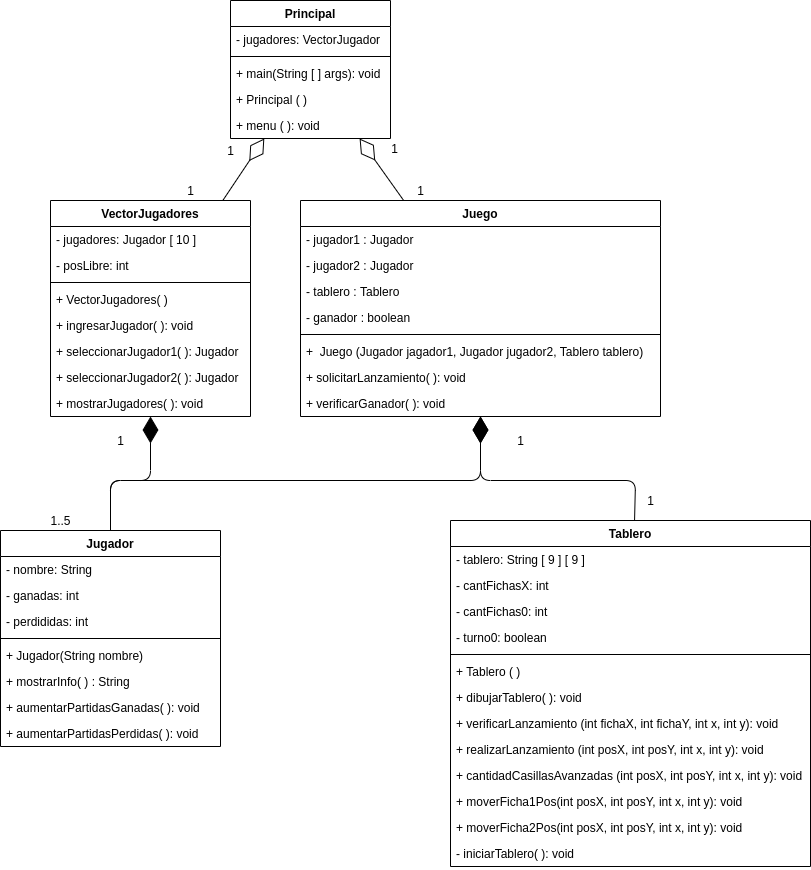
Before: Damas.png, a diagram exported from draw.io (Pabloluis10/Damas). Source tidied: cells renumbered, new cells last; positions are measured from the earlier drawing's top-left corner, leaving out a move shared by most shapes.
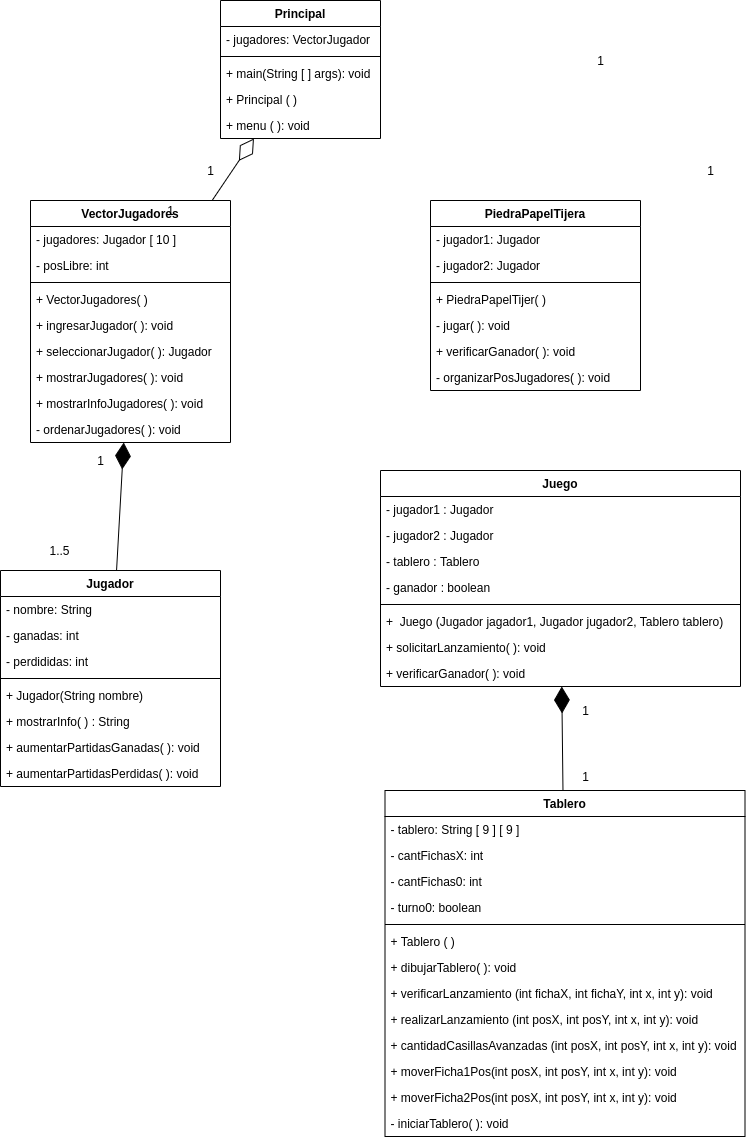
The same diagram one commit later.

Commit message:
Agregue la clase PiedraPapelTijera.java, modifique Damas.png (Diagrama de clases)

Change to the diagram source:
```diff
@@ -3,7 +3,7 @@
     <mxCell id="0" />
     <mxCell id="1" parent="0" />
     <mxCell id="2" value="Jugador" style="swimlane;fontStyle=1;align=center;verticalAlign=top;horizontal=1;startSize=26;" parent="1" vertex="1">
-      <mxGeometry y="530" width="220" height="216" as="geometry" />
+      <mxGeometry x="20" y="550" width="220" height="216" as="geometry" />
     </mxCell>
     <mxCell id="3" value="- nombre: String" style="text;strokeColor=none;fillColor=none;align=left;verticalAlign=top;spacingLeft=4;spacingRight=4;overflow=hidden;" parent="2" vertex="1">
       <mxGeometry y="26" width="220" height="26" as="geometry" />
@@ -30,7 +30,7 @@
       <mxGeometry y="190" width="220" height="26" as="geometry" />
     </mxCell>
     <mxCell id="11" value="Tablero" style="swimlane;fontStyle=1;align=center;verticalAlign=top;horizontal=1;startSize=26;" parent="1" vertex="1">
-      <mxGeometry x="450" y="520" width="360" height="346" as="geometry" />
+      <mxGeometry x="404.5" y="770" width="360" height="346" as="geometry" />
     </mxCell>
     <mxCell id="12" value="- tablero: String [ 9 ] [ 9 ]" style="text;strokeColor=none;fillColor=none;align=left;verticalAlign=top;spacingLeft=4;spacingRight=4;overflow=hidden;" parent="11" vertex="1">
       <mxGeometry y="26" width="360" height="26" as="geometry" />
@@ -72,7 +72,7 @@
       <mxGeometry y="320" width="360" height="26" as="geometry" />
     </mxCell>
     <mxCell id="25" value="Juego" style="swimlane;fontStyle=1;align=center;verticalAlign=top;horizontal=1;startSize=26;" parent="1" vertex="1">
-      <mxGeometry x="300" y="200" width="360" height="216" as="geometry" />
+      <mxGeometry x="400" y="450" width="360" height="216" as="geometry" />
     </mxCell>
     <mxCell id="26" value="- jugador1 : Jugador" style="text;strokeColor=none;fillColor=none;align=left;verticalAlign=top;spacingLeft=4;spacingRight=4;overflow=hidden;" parent="25" vertex="1">
       <mxGeometry y="26" width="360" height="26" as="geometry" />
@@ -99,7 +99,7 @@
       <mxGeometry y="190" width="360" height="26" as="geometry" />
     </mxCell>
     <mxCell id="34" value="VectorJugadores" style="swimlane;fontStyle=1;align=center;verticalAlign=top;horizontal=1;startSize=26;" parent="1" vertex="1">
-      <mxGeometry x="50" y="200" width="200" height="216" as="geometry" />
+      <mxGeometry x="50" y="180" width="200" height="242" as="geometry" />
     </mxCell>
     <mxCell id="35" value="- jugadores: Jugador [ 10 ] " style="text;strokeColor=none;fillColor=none;align=left;verticalAlign=top;spacingLeft=4;spacingRight=4;overflow=hidden;" parent="34" vertex="1">
       <mxGeometry y="26" width="200" height="26" as="geometry" />
@@ -116,53 +116,38 @@
     <mxCell id="39" value="+ ingresarJugador( ): void" style="text;strokeColor=none;fillColor=none;align=left;verticalAlign=top;spacingLeft=4;spacingRight=4;overflow=hidden;" parent="34" vertex="1">
       <mxGeometry y="112" width="200" height="26" as="geometry" />
     </mxCell>
-    <mxCell id="40" value="+ seleccionarJugador1( ): Jugador" style="text;strokeColor=none;fillColor=none;align=left;verticalAlign=top;spacingLeft=4;spacingRight=4;overflow=hidden;" parent="34" vertex="1">
+    <mxCell id="40" value="+ seleccionarJugador( ): Jugador" style="text;strokeColor=none;fillColor=none;align=left;verticalAlign=top;spacingLeft=4;spacingRight=4;overflow=hidden;" parent="34" vertex="1">
       <mxGeometry y="138" width="200" height="26" as="geometry" />
     </mxCell>
+    <mxCell id="42" value="+ mostrarJugadores( ): void" style="text;strokeColor=none;fillColor=none;align=left;verticalAlign=top;spacingLeft=4;spacingRight=4;overflow=hidden;" parent="34" vertex="1">
+      <mxGeometry y="164" width="200" height="26" as="geometry" />
+    </mxCell>
+    <mxCell id="62" value="+ mostrarInfoJugadores( ): void" style="text;strokeColor=none;fillColor=none;align=left;verticalAlign=top;spacingLeft=4;spacingRight=4;overflow=hidden;" parent="34" vertex="1">
+      <mxGeometry y="190" width="200" height="26" as="geometry" />
+    </mxCell>
-    <mxCell id="41" value="+ seleccionarJugador2( ): Jugador" style="text;strokeColor=none;fillColor=none;align=left;verticalAlign=top;spacingLeft=4;spacingRight=4;overflow=hidden;" parent="34" vertex="1">
-      <mxGeometry y="164" width="200" height="26" as="geometry" />
+    <mxCell id="41" value="- ordenarJugadores( ): void" style="text;strokeColor=none;fillColor=none;align=left;verticalAlign=top;spacingLeft=4;spacingRight=4;overflow=hidden;" parent="34" vertex="1">
+      <mxGeometry y="216" width="200" height="26" as="geometry" />
     </mxCell>
-    <mxCell id="42" value="+ mostrarJugadores( ): void" style="text;strokeColor=none;fillColor=none;align=left;verticalAlign=top;spacingLeft=4;spacingRight=4;overflow=hidden;" parent="34" vertex="1">
-      <mxGeometry y="190" width="200" height="26" as="geometry" />
-    </mxCell>
     <mxCell id="43" style="endArrow=diamondThin;endFill=1;endSize=24;html=1;" parent="1" edge="1" source="11" target="25">
-      <mxGeometry relative="1" as="geometry">
-        <Array as="points">
-          <mxPoint x="635" y="480" />
-          <mxPoint x="480" y="480" />
-        </Array>
-      </mxGeometry>
+      <mxGeometry relative="1" as="geometry" />
     </mxCell>
     <mxCell id="44" value="1" style="text;html=1;align=center;verticalAlign=middle;strokeColor=none;" parent="1" vertex="1">
-      <mxGeometry x="640" y="490" width="20" height="20" as="geometry" />
+      <mxGeometry x="594.5" y="746" width="20" height="20" as="geometry" />
     </mxCell>
     <mxCell id="45" value="1" style="text;html=1;align=center;verticalAlign=middle;strokeColor=none;" parent="1" vertex="1">
-      <mxGeometry x="510" y="430" width="20" height="20" as="geometry" />
+      <mxGeometry x="594.5" y="680" width="20" height="20" as="geometry" />
     </mxCell>
-    <mxCell id="46" style="endArrow=diamondThin;endFill=1;endSize=24;html=1;" parent="1" edge="1" source="2" target="25">
-      <mxGeometry relative="1" as="geometry">
-        <Array as="points">
-          <mxPoint x="110" y="480" />
-          <mxPoint x="480" y="480" />
-        </Array>
-      </mxGeometry>
-    </mxCell>
     <mxCell id="47" style="endArrow=diamondThin;endFill=1;endSize=24;html=1;" parent="1" edge="1" source="2" target="34">
-      <mxGeometry relative="1" as="geometry">
-        <Array as="points">
-          <mxPoint x="110" y="480" />
-          <mxPoint x="150" y="480" />
-        </Array>
-      </mxGeometry>
+      <mxGeometry relative="1" as="geometry" />
     </mxCell>
     <mxCell id="48" value="1" style="text;html=1;align=center;verticalAlign=middle;strokeColor=none;" parent="1" vertex="1">
       <mxGeometry x="110" y="430" width="20" height="20" as="geometry" />
     </mxCell>
     <mxCell id="49" value="1..5" style="text;html=1;align=center;verticalAlign=middle;strokeColor=none;" parent="1" vertex="1">
-      <mxGeometry x="40" y="510" width="40" height="20" as="geometry" />
+      <mxGeometry x="59" y="520" width="40" height="20" as="geometry" />
     </mxCell>
     <mxCell id="50" value="Principal" style="swimlane;fontStyle=1;align=center;verticalAlign=top;horizontal=1;startSize=26;" parent="1" vertex="1">
-      <mxGeometry x="230" width="160" height="138" as="geometry" />
+      <mxGeometry x="240" y="-20" width="160" height="138" as="geometry" />
     </mxCell>
     <mxCell id="51" value="- jugadores: VectorJugador" style="text;strokeColor=none;fillColor=none;align=left;verticalAlign=top;spacingLeft=4;spacingRight=4;overflow=hidden;" parent="50" vertex="1">
       <mxGeometry y="26" width="160" height="26" as="geometry" />
@@ -182,14 +167,11 @@
     <mxCell id="56" style="endArrow=diamondThin;endFill=0;endSize=24;html=1;" parent="1" edge="1" source="34" target="50">
       <mxGeometry relative="1" as="geometry" />
     </mxCell>
-    <mxCell id="57" style="endArrow=diamondThin;endFill=0;endSize=24;html=1;" parent="1" edge="1" source="25" target="50">
-      <mxGeometry relative="1" as="geometry" />
-    </mxCell>
     <mxCell id="58" value="1" style="text;html=1;align=center;verticalAlign=middle;strokeColor=none;" parent="1" vertex="1">
-      <mxGeometry x="384" y="138" width="20" height="20" as="geometry" />
+      <mxGeometry x="610" y="30" width="20" height="20" as="geometry" />
     </mxCell>
     <mxCell id="59" value="1" style="text;html=1;align=center;verticalAlign=middle;strokeColor=none;" parent="1" vertex="1">
-      <mxGeometry x="410" y="180" width="20" height="20" as="geometry" />
+      <mxGeometry x="720" y="140" width="20" height="20" as="geometry" />
     </mxCell>
     <mxCell id="60" value="1" style="text;html=1;align=center;verticalAlign=middle;strokeColor=none;" parent="1" vertex="1">
       <mxGeometry x="220" y="140" width="20" height="20" as="geometry" />
@@ -197,5 +179,29 @@
     <mxCell id="61" value="1" style="text;html=1;align=center;verticalAlign=middle;strokeColor=none;" parent="1" vertex="1">
       <mxGeometry x="180" y="180" width="20" height="20" as="geometry" />
     </mxCell>
+    <mxCell id="63" value="PiedraPapelTijera" style="swimlane;fontStyle=1;align=center;verticalAlign=top;horizontal=1;startSize=26;" parent="1" vertex="1">
+      <mxGeometry x="450" y="180" width="210" height="190" as="geometry" />
+    </mxCell>
+    <mxCell id="64" value="- jugador1: Jugador" style="text;strokeColor=none;fillColor=none;align=left;verticalAlign=top;spacingLeft=4;spacingRight=4;overflow=hidden;" parent="63" vertex="1">
+      <mxGeometry y="26" width="210" height="26" as="geometry" />
+    </mxCell>
+    <mxCell id="65" value="- jugador2: Jugador" style="text;strokeColor=none;fillColor=none;align=left;verticalAlign=top;spacingLeft=4;spacingRight=4;overflow=hidden;" parent="63" vertex="1">
+      <mxGeometry y="52" width="210" height="26" as="geometry" />
+    </mxCell>
+    <mxCell id="66" style="line;strokeWidth=1;fillColor=none;align=left;verticalAlign=middle;spacingTop=-1;spacingLeft=3;spacingRight=3;labelPosition=right;" parent="63" vertex="1">
+      <mxGeometry y="78" width="210" height="8" as="geometry" />
+    </mxCell>
+    <mxCell id="67" value="+ PiedraPapelTijer( )" style="text;strokeColor=none;fillColor=none;align=left;verticalAlign=top;spacingLeft=4;spacingRight=4;overflow=hidden;" parent="63" vertex="1">
+      <mxGeometry y="86" width="210" height="26" as="geometry" />
+    </mxCell>
+    <mxCell id="68" value="- jugar( ): void" style="text;strokeColor=none;fillColor=none;align=left;verticalAlign=top;spacingLeft=4;spacingRight=4;overflow=hidden;" parent="63" vertex="1">
+      <mxGeometry y="112" width="210" height="26" as="geometry" />
+    </mxCell>
+    <mxCell id="69" value="+ verificarGanador( ): void " style="text;strokeColor=none;fillColor=none;align=left;verticalAlign=top;spacingLeft=4;spacingRight=4;overflow=hidden;" parent="63" vertex="1">
+      <mxGeometry y="138" width="210" height="26" as="geometry" />
+    </mxCell>
+    <mxCell id="70" value="- organizarPosJugadores( ): void" style="text;strokeColor=none;fillColor=none;align=left;verticalAlign=top;spacingLeft=4;spacingRight=4;overflow=hidden;" parent="63" vertex="1">
+      <mxGeometry y="164" width="210" height="26" as="geometry" />
+    </mxCell>
   </root>
 </mxGraphModel>
```
